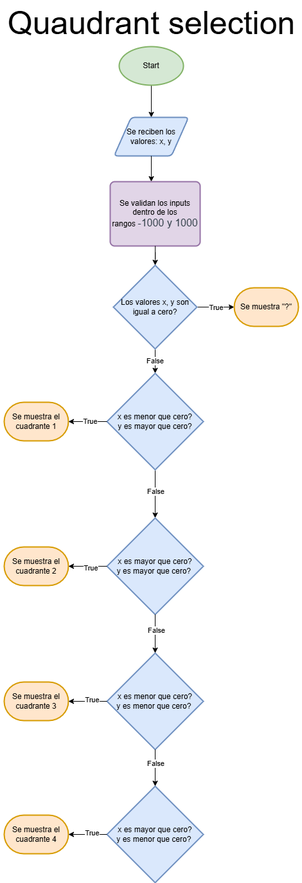
This is src/QuadrantSelection/flowchart/Diagrama sin título.drawio.png from MarioYellowy/Week01, a draw.io export, as it was before one commit. Source tidied: cells renumbered, new cells last; positions are measured from the earlier drawing's top-left corner, leaving out a move shared by most shapes.
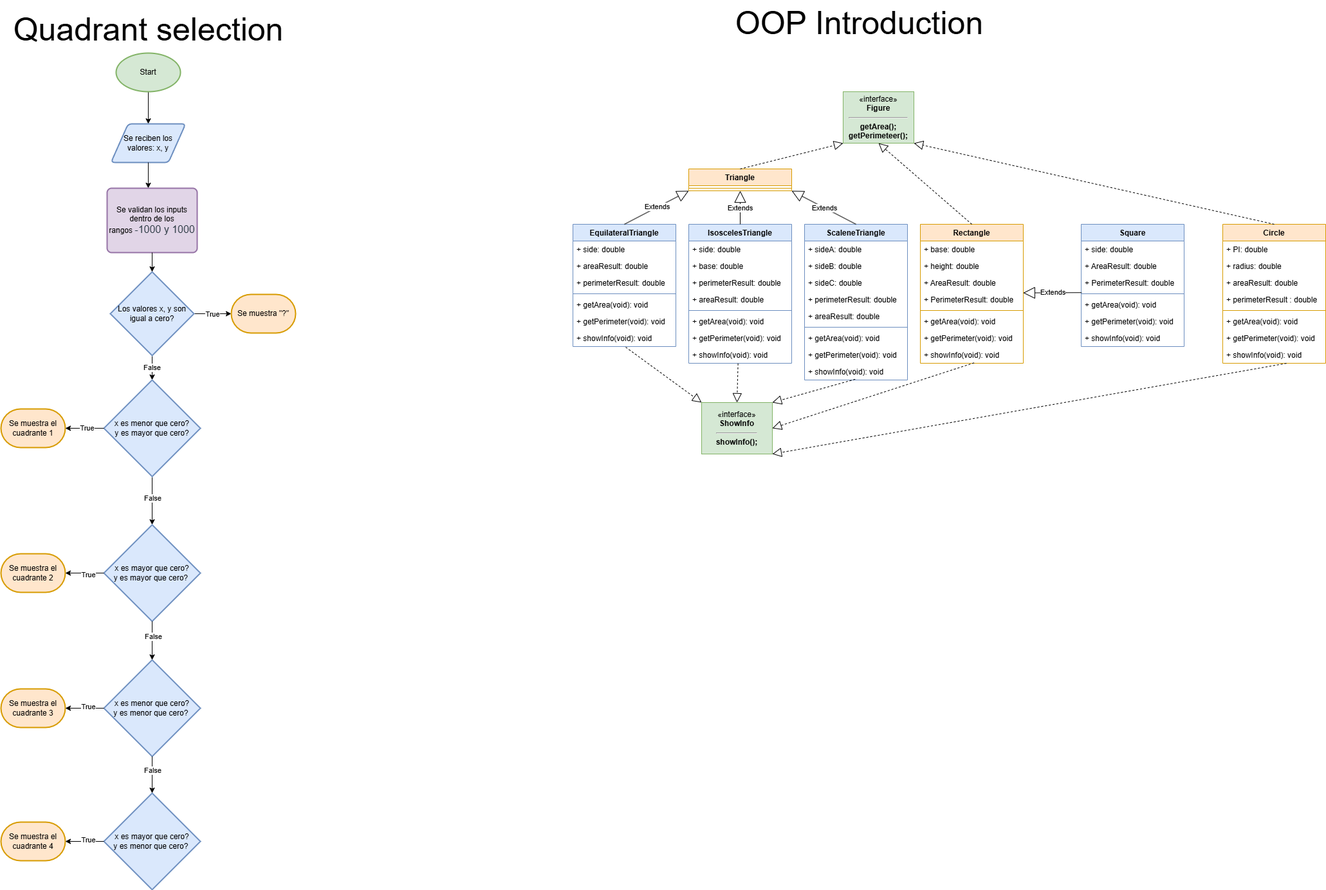
Above is the later version.

Diff of the diagram source:
```diff
@@ -11,8 +11,8 @@
     <mxCell id="4" value="Se reciben los valores: x, y" style="shape=parallelogram;html=1;strokeWidth=2;perimeter=parallelogramPerimeter;whiteSpace=wrap;rounded=1;arcSize=12;size=0.23;fillColor=#dae8fc;strokeColor=#6c8ebf;" parent="1" vertex="1">
       <mxGeometry x="177" y="182" width="116" height="60" as="geometry" />
     </mxCell>
-    <mxCell id="5" value="&lt;font style=&quot;font-size: 50px;&quot;&gt;Quaudrant selection&lt;/font&gt;" style="text;html=1;align=center;verticalAlign=middle;strokeColor=none;fillColor=none;" parent="1" vertex="1">
-      <mxGeometry width="470" height="70" as="geometry" />
+    <mxCell id="5" value="&lt;font style=&quot;font-size: 50px;&quot;&gt;Quadrant selection&lt;/font&gt;" style="text;html=1;align=center;verticalAlign=middle;strokeColor=none;fillColor=none;" parent="1" vertex="1">
+      <mxGeometry x="15" width="440" height="70" as="geometry" />
     </mxCell>
     <mxCell id="6" style="rounded=0;jettySize=auto;html=1;entryX=0.5;entryY=0;entryDx=0;entryDy=0;entryPerimeter=0;exitX=0.5;exitY=1;exitDx=0;exitDy=0;exitPerimeter=0;" parent="1" edge="1" source="34" target="14">
       <mxGeometry relative="1" as="geometry" />
@@ -109,5 +109,215 @@
     <mxCell id="36" value="Se muestra &quot;?&quot;" style="strokeWidth=2;html=1;shape=mxgraph.flowchart.terminator;whiteSpace=wrap;fillColor=#ffe6cc;strokeColor=#d79b00;" parent="1" vertex="1">
       <mxGeometry x="364" y="447" width="100" height="60" as="geometry" />
     </mxCell>
+    <mxCell id="37" value="&lt;font style=&quot;font-size: 50px;&quot;&gt;OOP Introduction&lt;/font&gt;" style="text;html=1;align=center;verticalAlign=middle;strokeColor=none;fillColor=none;" parent="1" vertex="1">
+      <mxGeometry x="1135" y="-10" width="410" height="70" as="geometry" />
+    </mxCell>
+    <mxCell id="38" value="«interface»&lt;br&gt;&lt;b&gt;Figure&lt;/b&gt;&lt;div&gt;&lt;hr&gt;&lt;/div&gt;&lt;div&gt;&lt;b&gt;getArea();&lt;br&gt;getPerimeteer();&lt;/b&gt;&lt;/div&gt;" style="html=1;whiteSpace=wrap;fillColor=#d5e8d4;strokeColor=#82b366;" parent="1" vertex="1">
+      <mxGeometry x="1315" y="132" width="110" height="80" as="geometry" />
+    </mxCell>
+    <mxCell id="39" value="Triangle" style="swimlane;fontStyle=1;align=center;verticalAlign=top;horizontal=1;startSize=26;whiteSpace=wrap;html=1;fillColor=#ffe6cc;strokeColor=#d79b00;" parent="1" vertex="1">
+      <mxGeometry x="1075" y="252" width="160" height="34" as="geometry" />
+    </mxCell>
+    <mxCell id="40" style="line;strokeWidth=1;fillColor=none;align=left;verticalAlign=middle;spacingTop=-1;spacingLeft=3;spacingRight=3;labelPosition=right;strokeColor=inherit;" parent="39" vertex="1">
+      <mxGeometry y="26" width="160" height="8" as="geometry" />
+    </mxCell>
+    <mxCell id="41" value="Rectangle" style="swimlane;fontStyle=1;align=center;verticalAlign=top;horizontal=1;startSize=26;whiteSpace=wrap;html=1;fillColor=#ffe6cc;strokeColor=#d79b00;" parent="1" vertex="1">
+      <mxGeometry x="1435" y="338" width="160" height="216" as="geometry" />
+    </mxCell>
+    <mxCell id="42" value="+ base: double" style="text;strokeColor=none;fillColor=none;align=left;verticalAlign=top;spacingLeft=4;spacingRight=4;overflow=hidden;whiteSpace=wrap;html=1;" parent="41" vertex="1">
+      <mxGeometry y="26" width="160" height="26" as="geometry" />
+    </mxCell>
+    <mxCell id="43" value="+ height: double" style="text;strokeColor=none;fillColor=none;align=left;verticalAlign=top;spacingLeft=4;spacingRight=4;overflow=hidden;whiteSpace=wrap;html=1;" parent="41" vertex="1">
+      <mxGeometry y="52" width="160" height="26" as="geometry" />
+    </mxCell>
+    <mxCell id="44" value="+ AreaResult: double" style="text;strokeColor=none;fillColor=none;align=left;verticalAlign=top;spacingLeft=4;spacingRight=4;overflow=hidden;whiteSpace=wrap;html=1;" parent="41" vertex="1">
+      <mxGeometry y="78" width="160" height="26" as="geometry" />
+    </mxCell>
+    <mxCell id="45" value="+ PerimeterResult: double" style="text;strokeColor=none;fillColor=none;align=left;verticalAlign=top;spacingLeft=4;spacingRight=4;overflow=hidden;points=[[0,0.5],[1,0.5]];portConstraint=eastwest;whiteSpace=wrap;html=1;" parent="41" vertex="1">
+      <mxGeometry y="104" width="160" height="26" as="geometry" />
+    </mxCell>
+    <mxCell id="46" style="line;strokeWidth=1;fillColor=none;align=left;verticalAlign=middle;spacingTop=-1;spacingLeft=3;spacingRight=3;labelPosition=right;strokeColor=inherit;" parent="41" vertex="1">
+      <mxGeometry y="130" width="160" height="8" as="geometry" />
+    </mxCell>
+    <mxCell id="47" value="+ getArea(void): void" style="text;strokeColor=none;fillColor=none;align=left;verticalAlign=top;spacingLeft=4;spacingRight=4;overflow=hidden;whiteSpace=wrap;html=1;" parent="41" vertex="1">
+      <mxGeometry y="138" width="160" height="26" as="geometry" />
+    </mxCell>
+    <mxCell id="48" value="+ getPerimeter(void): void" style="text;strokeColor=none;fillColor=none;align=left;verticalAlign=top;spacingLeft=4;spacingRight=4;overflow=hidden;whiteSpace=wrap;html=1;" parent="41" vertex="1">
+      <mxGeometry y="164" width="160" height="26" as="geometry" />
+    </mxCell>
+    <mxCell id="49" value="+ showInfo(void): void" style="text;strokeColor=none;fillColor=none;align=left;verticalAlign=top;spacingLeft=4;spacingRight=4;overflow=hidden;points=[[0,0.5],[1,0.5]];portConstraint=eastwest;whiteSpace=wrap;html=1;" parent="41" vertex="1">
+      <mxGeometry y="190" width="160" height="26" as="geometry" />
+    </mxCell>
+    <mxCell id="50" value="Circle" style="swimlane;fontStyle=1;align=center;verticalAlign=top;horizontal=1;startSize=26;whiteSpace=wrap;html=1;fillColor=#ffe6cc;strokeColor=#d79b00;" parent="1" vertex="1">
+      <mxGeometry x="1905" y="338" width="160" height="216" as="geometry" />
+    </mxCell>
+    <mxCell id="51" value="+ PI: double" style="text;strokeColor=none;fillColor=none;align=left;verticalAlign=top;spacingLeft=4;spacingRight=4;overflow=hidden;whiteSpace=wrap;html=1;" parent="50" vertex="1">
+      <mxGeometry y="26" width="160" height="26" as="geometry" />
+    </mxCell>
+    <mxCell id="52" value="+ radius: double" style="text;strokeColor=none;fillColor=none;align=left;verticalAlign=top;spacingLeft=4;spacingRight=4;overflow=hidden;whiteSpace=wrap;html=1;" parent="50" vertex="1">
+      <mxGeometry y="52" width="160" height="26" as="geometry" />
+    </mxCell>
+    <mxCell id="53" value="+ areaResult: double" style="text;strokeColor=none;fillColor=none;align=left;verticalAlign=top;spacingLeft=4;spacingRight=4;overflow=hidden;whiteSpace=wrap;html=1;" parent="50" vertex="1">
+      <mxGeometry y="78" width="160" height="26" as="geometry" />
+    </mxCell>
+    <mxCell id="54" value="+ perimeterResult : double" style="text;strokeColor=none;fillColor=none;align=left;verticalAlign=top;spacingLeft=4;spacingRight=4;overflow=hidden;whiteSpace=wrap;html=1;" parent="50" vertex="1">
+      <mxGeometry y="104" width="160" height="26" as="geometry" />
+    </mxCell>
+    <mxCell id="55" style="line;strokeWidth=1;fillColor=none;align=left;verticalAlign=middle;spacingTop=-1;spacingLeft=3;spacingRight=3;labelPosition=right;strokeColor=inherit;" parent="50" vertex="1">
+      <mxGeometry y="130" width="160" height="8" as="geometry" />
+    </mxCell>
+    <mxCell id="56" value="+ getArea(void): void" style="text;strokeColor=none;fillColor=none;align=left;verticalAlign=top;spacingLeft=4;spacingRight=4;overflow=hidden;whiteSpace=wrap;html=1;" parent="50" vertex="1">
+      <mxGeometry y="138" width="160" height="26" as="geometry" />
+    </mxCell>
+    <mxCell id="57" value="+ getPerimeter(void): void" style="text;strokeColor=none;fillColor=none;align=left;verticalAlign=top;spacingLeft=4;spacingRight=4;overflow=hidden;whiteSpace=wrap;html=1;" parent="50" vertex="1">
+      <mxGeometry y="164" width="160" height="26" as="geometry" />
+    </mxCell>
+    <mxCell id="58" value="+ showInfo(void): void" style="text;strokeColor=none;fillColor=none;align=left;verticalAlign=top;spacingLeft=4;spacingRight=4;overflow=hidden;points=[[0,0.5],[1,0.5]];portConstraint=eastwest;whiteSpace=wrap;html=1;" parent="50" vertex="1">
+      <mxGeometry y="190" width="160" height="26" as="geometry" />
+    </mxCell>
+    <mxCell id="59" style="endArrow=block;dashed=1;endFill=0;endSize=12;html=1;rounded=0;exitX=0.5;exitY=0;exitDx=0;exitDy=0;entryX=0;entryY=1;entryDx=0;entryDy=0;" parent="1" edge="1" source="39" target="38">
+      <mxGeometry relative="1" as="geometry" />
+    </mxCell>
+    <mxCell id="60" value="EquilateralTriangle" style="swimlane;fontStyle=1;align=center;verticalAlign=top;horizontal=1;startSize=26;whiteSpace=wrap;html=1;fillColor=#dae8fc;strokeColor=#6c8ebf;" parent="1" vertex="1">
+      <mxGeometry x="895" y="338" width="160" height="190" as="geometry" />
+    </mxCell>
+    <mxCell id="61" value="+ side: double" style="text;strokeColor=none;fillColor=none;align=left;verticalAlign=top;spacingLeft=4;spacingRight=4;overflow=hidden;whiteSpace=wrap;html=1;" parent="60" vertex="1">
+      <mxGeometry y="26" width="160" height="26" as="geometry" />
+    </mxCell>
+    <mxCell id="62" value="+ areaResult: double" style="text;strokeColor=none;fillColor=none;align=left;verticalAlign=top;spacingLeft=4;spacingRight=4;overflow=hidden;whiteSpace=wrap;html=1;" parent="60" vertex="1">
+      <mxGeometry y="52" width="160" height="26" as="geometry" />
+    </mxCell>
+    <mxCell id="63" value="+ perimeterResult: double" style="text;strokeColor=none;fillColor=none;align=left;verticalAlign=top;spacingLeft=4;spacingRight=4;overflow=hidden;whiteSpace=wrap;html=1;" parent="60" vertex="1">
+      <mxGeometry y="78" width="160" height="26" as="geometry" />
+    </mxCell>
+    <mxCell id="64" style="line;strokeWidth=1;fillColor=none;align=left;verticalAlign=middle;spacingTop=-1;spacingLeft=3;spacingRight=3;labelPosition=right;strokeColor=inherit;" parent="60" vertex="1">
+      <mxGeometry y="104" width="160" height="8" as="geometry" />
+    </mxCell>
+    <mxCell id="65" value="+ getArea(void): void" style="text;strokeColor=none;fillColor=none;align=left;verticalAlign=top;spacingLeft=4;spacingRight=4;overflow=hidden;whiteSpace=wrap;html=1;" parent="60" vertex="1">
+      <mxGeometry y="112" width="160" height="26" as="geometry" />
+    </mxCell>
+    <mxCell id="66" value="+ getPerimeter(void): void" style="text;strokeColor=none;fillColor=none;align=left;verticalAlign=top;spacingLeft=4;spacingRight=4;overflow=hidden;whiteSpace=wrap;html=1;" parent="60" vertex="1">
+      <mxGeometry y="138" width="160" height="26" as="geometry" />
+    </mxCell>
+    <mxCell id="67" value="+ showInfo(void): void" style="text;strokeColor=none;fillColor=none;align=left;verticalAlign=top;spacingLeft=4;spacingRight=4;overflow=hidden;points=[[0,0.5],[1,0.5]];portConstraint=eastwest;whiteSpace=wrap;html=1;" parent="60" vertex="1">
+      <mxGeometry y="164" width="160" height="26" as="geometry" />
+    </mxCell>
+    <mxCell id="68" value="«interface»&lt;br&gt;&lt;b&gt;ShowInfo&lt;/b&gt;&lt;br&gt;&lt;div&gt;&lt;hr&gt;&lt;/div&gt;&lt;div&gt;&lt;b&gt;showInfo();&lt;br&gt;&lt;/b&gt;&lt;/div&gt;" style="html=1;whiteSpace=wrap;fillColor=#d5e8d4;strokeColor=#82b366;" parent="1" vertex="1">
+      <mxGeometry x="1095" y="615" width="110" height="80" as="geometry" />
+    </mxCell>
+    <mxCell id="69" style="endArrow=block;dashed=1;endFill=0;endSize=12;html=1;rounded=0;entryX=0;entryY=0;entryDx=0;entryDy=0;exitX=0.513;exitY=1.038;exitDx=0;exitDy=0;exitPerimeter=0;" parent="1" edge="1" source="67" target="68">
+      <mxGeometry relative="1" as="geometry" />
+    </mxCell>
+    <mxCell id="70" value="Extends" style="endArrow=block;endSize=16;endFill=0;html=1;rounded=0;entryX=0;entryY=1;entryDx=0;entryDy=0;exitX=0.5;exitY=0;exitDx=0;exitDy=0;" parent="1" edge="1" source="60" target="39">
+      <mxGeometry relative="1" as="geometry" />
+    </mxCell>
+    <mxCell id="71" value="IsoscelesTriangle" style="swimlane;fontStyle=1;align=center;verticalAlign=top;horizontal=1;startSize=26;whiteSpace=wrap;html=1;fillColor=#dae8fc;strokeColor=#6c8ebf;" parent="1" vertex="1">
+      <mxGeometry x="1075" y="338" width="160" height="216" as="geometry" />
+    </mxCell>
+    <mxCell id="72" value="+ side: double" style="text;strokeColor=none;fillColor=none;align=left;verticalAlign=top;spacingLeft=4;spacingRight=4;overflow=hidden;whiteSpace=wrap;html=1;" parent="71" vertex="1">
+      <mxGeometry y="26" width="160" height="26" as="geometry" />
+    </mxCell>
+    <mxCell id="73" value="+ base: double" style="text;strokeColor=none;fillColor=none;align=left;verticalAlign=top;spacingLeft=4;spacingRight=4;overflow=hidden;whiteSpace=wrap;html=1;" parent="71" vertex="1">
+      <mxGeometry y="52" width="160" height="26" as="geometry" />
+    </mxCell>
+    <mxCell id="74" value="+ perimeterResult: double" style="text;strokeColor=none;fillColor=none;align=left;verticalAlign=top;spacingLeft=4;spacingRight=4;overflow=hidden;whiteSpace=wrap;html=1;" parent="71" vertex="1">
+      <mxGeometry y="78" width="160" height="26" as="geometry" />
+    </mxCell>
+    <mxCell id="75" value="+ areaResult: double" style="text;strokeColor=none;fillColor=none;align=left;verticalAlign=top;spacingLeft=4;spacingRight=4;overflow=hidden;whiteSpace=wrap;html=1;" parent="71" vertex="1">
+      <mxGeometry y="104" width="160" height="26" as="geometry" />
+    </mxCell>
+    <mxCell id="76" style="line;strokeWidth=1;fillColor=none;align=left;verticalAlign=middle;spacingTop=-1;spacingLeft=3;spacingRight=3;labelPosition=right;strokeColor=inherit;" parent="71" vertex="1">
+      <mxGeometry y="130" width="160" height="8" as="geometry" />
+    </mxCell>
+    <mxCell id="77" value="+ getArea(void): void" style="text;strokeColor=none;fillColor=none;align=left;verticalAlign=top;spacingLeft=4;spacingRight=4;overflow=hidden;whiteSpace=wrap;html=1;" parent="71" vertex="1">
+      <mxGeometry y="138" width="160" height="26" as="geometry" />
+    </mxCell>
+    <mxCell id="78" value="+ getPerimeter(void): void" style="text;strokeColor=none;fillColor=none;align=left;verticalAlign=top;spacingLeft=4;spacingRight=4;overflow=hidden;whiteSpace=wrap;html=1;" parent="71" vertex="1">
+      <mxGeometry y="164" width="160" height="26" as="geometry" />
+    </mxCell>
+    <mxCell id="79" value="+ showInfo(void): void" style="text;strokeColor=none;fillColor=none;align=left;verticalAlign=top;spacingLeft=4;spacingRight=4;overflow=hidden;points=[[0,0.5],[1,0.5]];portConstraint=eastwest;whiteSpace=wrap;html=1;" parent="71" vertex="1">
+      <mxGeometry y="190" width="160" height="26" as="geometry" />
+    </mxCell>
+    <mxCell id="80" style="endArrow=block;dashed=1;endFill=0;endSize=12;html=1;rounded=0;entryX=0.5;entryY=0;entryDx=0;entryDy=0;exitX=0.479;exitY=1.013;exitDx=0;exitDy=0;exitPerimeter=0;" parent="1" edge="1" source="79" target="68">
+      <mxGeometry relative="1" as="geometry" />
+    </mxCell>
+    <mxCell id="81" value="Extends" style="endArrow=block;endSize=16;endFill=0;html=1;rounded=0;entryX=0.5;entryY=1;entryDx=0;entryDy=0;exitX=0.5;exitY=0;exitDx=0;exitDy=0;" parent="1" edge="1" source="71" target="39">
+      <mxGeometry relative="1" as="geometry" />
+    </mxCell>
+    <mxCell id="82" value="ScaleneTriangle" style="swimlane;fontStyle=1;align=center;verticalAlign=top;horizontal=1;startSize=26;whiteSpace=wrap;html=1;fillColor=#dae8fc;strokeColor=#6c8ebf;" parent="1" vertex="1">
+      <mxGeometry x="1255" y="338" width="160" height="242" as="geometry" />
+    </mxCell>
+    <mxCell id="83" value="+ sideA: double" style="text;strokeColor=none;fillColor=none;align=left;verticalAlign=top;spacingLeft=4;spacingRight=4;overflow=hidden;whiteSpace=wrap;html=1;" parent="82" vertex="1">
+      <mxGeometry y="26" width="160" height="26" as="geometry" />
+    </mxCell>
+    <mxCell id="84" value="+ sideB: double" style="text;strokeColor=none;fillColor=none;align=left;verticalAlign=top;spacingLeft=4;spacingRight=4;overflow=hidden;whiteSpace=wrap;html=1;" parent="82" vertex="1">
+      <mxGeometry y="52" width="160" height="26" as="geometry" />
+    </mxCell>
+    <mxCell id="85" value="+ sideC: double" style="text;strokeColor=none;fillColor=none;align=left;verticalAlign=top;spacingLeft=4;spacingRight=4;overflow=hidden;whiteSpace=wrap;html=1;" parent="82" vertex="1">
+      <mxGeometry y="78" width="160" height="26" as="geometry" />
+    </mxCell>
+    <mxCell id="86" value="+ perimeterResult: double" style="text;strokeColor=none;fillColor=none;align=left;verticalAlign=top;spacingLeft=4;spacingRight=4;overflow=hidden;whiteSpace=wrap;html=1;" parent="82" vertex="1">
+      <mxGeometry y="104" width="160" height="26" as="geometry" />
+    </mxCell>
+    <mxCell id="87" value="+ areaResult: double" style="text;strokeColor=none;fillColor=none;align=left;verticalAlign=top;spacingLeft=4;spacingRight=4;overflow=hidden;whiteSpace=wrap;html=1;" parent="82" vertex="1">
+      <mxGeometry y="130" width="160" height="26" as="geometry" />
+    </mxCell>
+    <mxCell id="88" style="line;strokeWidth=1;fillColor=none;align=left;verticalAlign=middle;spacingTop=-1;spacingLeft=3;spacingRight=3;labelPosition=right;strokeColor=inherit;" parent="82" vertex="1">
+      <mxGeometry y="156" width="160" height="8" as="geometry" />
+    </mxCell>
+    <mxCell id="89" value="+ getArea(void): void" style="text;strokeColor=none;fillColor=none;align=left;verticalAlign=top;spacingLeft=4;spacingRight=4;overflow=hidden;whiteSpace=wrap;html=1;" parent="82" vertex="1">
+      <mxGeometry y="164" width="160" height="26" as="geometry" />
+    </mxCell>
+    <mxCell id="90" value="+ getPerimeter(void): void" style="text;strokeColor=none;fillColor=none;align=left;verticalAlign=top;spacingLeft=4;spacingRight=4;overflow=hidden;whiteSpace=wrap;html=1;" parent="82" vertex="1">
+      <mxGeometry y="190" width="160" height="26" as="geometry" />
+    </mxCell>
+    <mxCell id="91" value="+ showInfo(void): void" style="text;strokeColor=none;fillColor=none;align=left;verticalAlign=top;spacingLeft=4;spacingRight=4;overflow=hidden;points=[[0,0.5],[1,0.5]];portConstraint=eastwest;whiteSpace=wrap;html=1;" parent="82" vertex="1">
+      <mxGeometry y="216" width="160" height="26" as="geometry" />
+    </mxCell>
+    <mxCell id="92" style="endArrow=block;dashed=1;endFill=0;endSize=12;html=1;rounded=0;entryX=1;entryY=0;entryDx=0;entryDy=0;exitX=0.492;exitY=0.955;exitDx=0;exitDy=0;exitPerimeter=0;" parent="1" edge="1" source="91" target="68">
+      <mxGeometry relative="1" as="geometry" />
+    </mxCell>
+    <mxCell id="93" value="Extends" style="endArrow=block;endSize=16;endFill=0;html=1;rounded=0;entryX=1;entryY=1;entryDx=0;entryDy=0;exitX=0.5;exitY=0;exitDx=0;exitDy=0;" parent="1" edge="1" source="82" target="39">
+      <mxGeometry x="-0.01" relative="1" as="geometry" />
+    </mxCell>
+    <mxCell id="94" style="endArrow=block;dashed=1;endFill=0;endSize=12;html=1;rounded=0;exitX=0.5;exitY=0;exitDx=0;exitDy=0;entryX=0.5;entryY=1;entryDx=0;entryDy=0;" parent="1" edge="1" source="41" target="38">
+      <mxGeometry relative="1" as="geometry" />
+    </mxCell>
+    <mxCell id="95" style="endArrow=block;dashed=1;endFill=0;endSize=12;html=1;rounded=0;entryX=1;entryY=0.5;entryDx=0;entryDy=0;exitX=0.522;exitY=0.974;exitDx=0;exitDy=0;exitPerimeter=0;" parent="1" edge="1" source="49" target="68">
+      <mxGeometry relative="1" as="geometry" />
+    </mxCell>
+    <mxCell id="96" value="Square" style="swimlane;fontStyle=1;align=center;verticalAlign=top;horizontal=1;startSize=26;whiteSpace=wrap;html=1;fillColor=#dae8fc;strokeColor=#6c8ebf;" parent="1" vertex="1">
+      <mxGeometry x="1685" y="338" width="160" height="190" as="geometry" />
+    </mxCell>
+    <mxCell id="97" value="+ side: double" style="text;strokeColor=none;fillColor=none;align=left;verticalAlign=top;spacingLeft=4;spacingRight=4;overflow=hidden;whiteSpace=wrap;html=1;" parent="96" vertex="1">
+      <mxGeometry y="26" width="160" height="26" as="geometry" />
+    </mxCell>
+    <mxCell id="98" value="+ AreaResult: double" style="text;strokeColor=none;fillColor=none;align=left;verticalAlign=top;spacingLeft=4;spacingRight=4;overflow=hidden;whiteSpace=wrap;html=1;" parent="96" vertex="1">
+      <mxGeometry y="52" width="160" height="26" as="geometry" />
+    </mxCell>
+    <mxCell id="99" value="+ PerimeterResult: double" style="text;strokeColor=none;fillColor=none;align=left;verticalAlign=top;spacingLeft=4;spacingRight=4;overflow=hidden;points=[[0,0.5],[1,0.5]];portConstraint=eastwest;whiteSpace=wrap;html=1;" parent="96" vertex="1">
+      <mxGeometry y="78" width="160" height="26" as="geometry" />
+    </mxCell>
+    <mxCell id="100" style="line;strokeWidth=1;fillColor=none;align=left;verticalAlign=middle;spacingTop=-1;spacingLeft=3;spacingRight=3;labelPosition=right;strokeColor=inherit;" parent="96" vertex="1">
+      <mxGeometry y="104" width="160" height="8" as="geometry" />
+    </mxCell>
+    <mxCell id="101" value="+ getArea(void): void" style="text;strokeColor=none;fillColor=none;align=left;verticalAlign=top;spacingLeft=4;spacingRight=4;overflow=hidden;whiteSpace=wrap;html=1;" parent="96" vertex="1">
+      <mxGeometry y="112" width="160" height="26" as="geometry" />
+    </mxCell>
+    <mxCell id="102" value="+ getPerimeter(void): void" style="text;strokeColor=none;fillColor=none;align=left;verticalAlign=top;spacingLeft=4;spacingRight=4;overflow=hidden;whiteSpace=wrap;html=1;" parent="96" vertex="1">
+      <mxGeometry y="138" width="160" height="26" as="geometry" />
+    </mxCell>
+    <mxCell id="103" value="+ showInfo(void): void" style="text;strokeColor=none;fillColor=none;align=left;verticalAlign=top;spacingLeft=4;spacingRight=4;overflow=hidden;whiteSpace=wrap;html=1;" parent="96" vertex="1">
+      <mxGeometry y="164" width="160" height="26" as="geometry" />
+    </mxCell>
+    <mxCell id="104" value="Extends" style="endArrow=block;endSize=16;endFill=0;html=1;rounded=0;entryX=0.999;entryY=0.101;entryDx=0;entryDy=0;exitX=0.004;exitY=1.085;exitDx=0;exitDy=0;exitPerimeter=0;entryPerimeter=0;" parent="1" edge="1" source="99" target="45">
+      <mxGeometry x="-0.01" relative="1" as="geometry" />
+    </mxCell>
+    <mxCell id="105" style="endArrow=block;dashed=1;endFill=0;endSize=12;html=1;rounded=0;exitX=0.5;exitY=0;exitDx=0;exitDy=0;entryX=1;entryY=1;entryDx=0;entryDy=0;" parent="1" edge="1" source="50" target="38">
+      <mxGeometry relative="1" as="geometry" />
+    </mxCell>
+    <mxCell id="106" style="endArrow=block;dashed=1;endFill=0;endSize=12;html=1;rounded=0;entryX=1;entryY=1;entryDx=0;entryDy=0;exitX=0.619;exitY=1.003;exitDx=0;exitDy=0;exitPerimeter=0;" parent="1" edge="1" source="58" target="68">
+      <mxGeometry relative="1" as="geometry" />
+    </mxCell>
   </root>
 </mxGraphModel>
```
